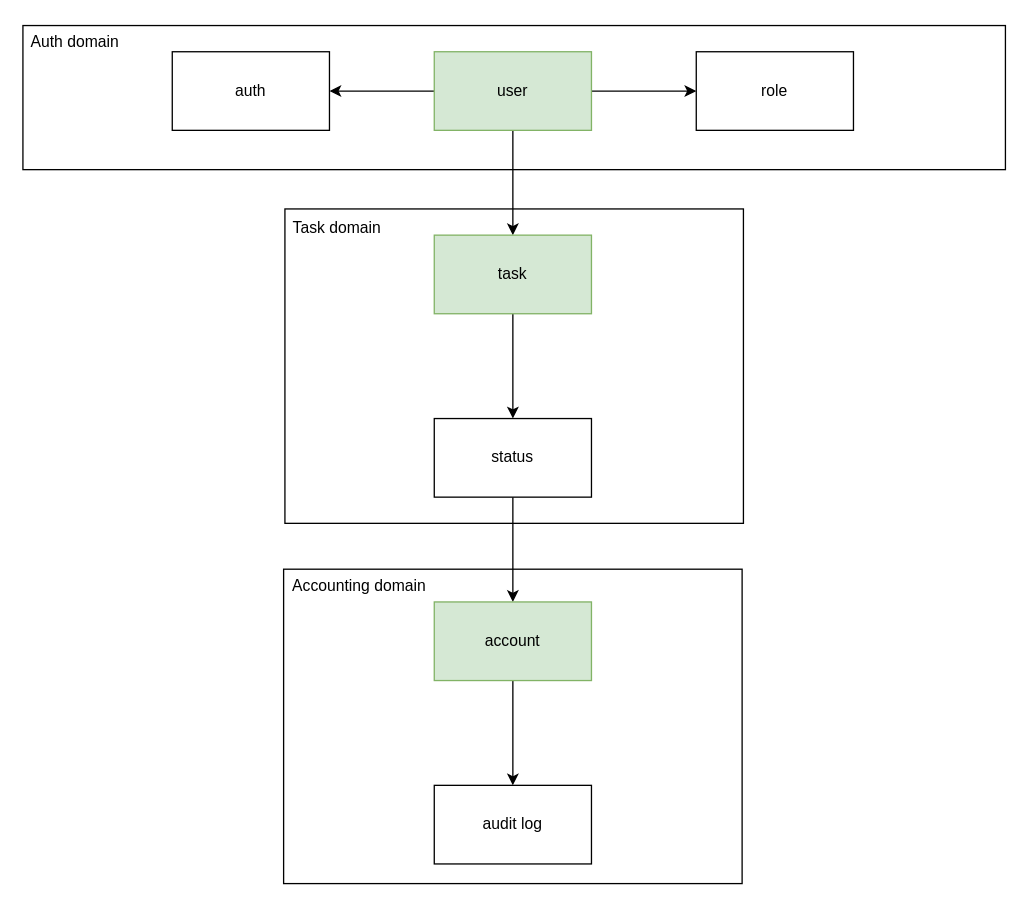
This is domain_model.drawio from fedorov-dmitry/aTES, a draw.io file, before an edit. Source tidied: cells renumbered, new cells numbered last; positions are measured from the earlier drawing's top-left corner, leaving out a move shared by most shapes. Both pictures are drawn from the tidied source at 131%, with x=0, y=0 at pixel (22, 22).
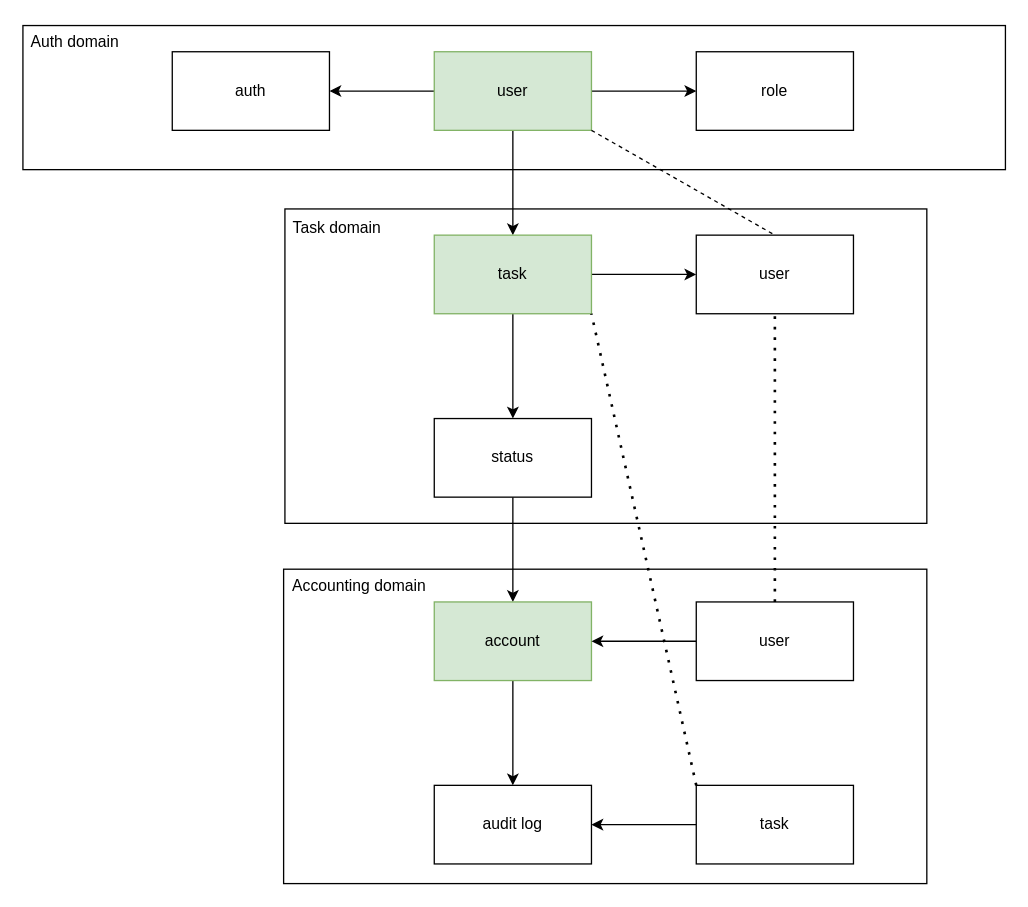
Above is the later version.

Unchanged cells that the change refers to:
```xml
<mxCell id="8" value="user" style="rounded=0;whiteSpace=wrap;html=1;fillColor=#d5e8d4;strokeColor=#82b366;" parent="1" vertex="1">
  <mxGeometry x="314" y="22" width="120" height="60" as="geometry" />
</mxCell>
<mxCell id="12" value="task" style="rounded=0;whiteSpace=wrap;html=1;fillColor=#d5e8d4;strokeColor=#82b366;" parent="1" vertex="1">
  <mxGeometry x="314" y="162" width="120" height="60" as="geometry" />
</mxCell>
<mxCell id="16" value="account" style="rounded=0;whiteSpace=wrap;html=1;fillColor=#d5e8d4;strokeColor=#82b366;" parent="1" vertex="1">
  <mxGeometry x="314" y="442" width="120" height="60" as="geometry" />
</mxCell>
<mxCell id="17" value="audit log" style="rounded=0;whiteSpace=wrap;html=1;" parent="1" vertex="1">
  <mxGeometry x="314" y="582" width="120" height="60" as="geometry" />
</mxCell>
```

The edit, as a diff of the source:
```diff
@@
     <mxCell id="2" style="rounded=0;whiteSpace=wrap;html=1;" parent="1" vertex="1">
-      <mxGeometry x="199" y="417" width="350" height="240" as="geometry" />
+      <mxGeometry x="199" y="417" width="491" height="240" as="geometry" />
     </mxCell>
     <mxCell id="3" style="rounded=0;whiteSpace=wrap;html=1;" parent="1" vertex="1">
-      <mxGeometry x="200" y="142" width="350" height="240" as="geometry" />
+      <mxGeometry x="200" y="142" width="490" height="240" as="geometry" />
     </mxCell>
@@
+    <mxCell id="21" style="edgeStyle=orthogonalEdgeStyle;rounded=0;jettySize=auto;html=1;" parent="1" edge="1" source="12" target="22">
+      <mxGeometry relative="1" as="geometry" />
+    </mxCell>
@@
+    <mxCell id="22" value="user" style="rounded=0;whiteSpace=wrap;html=1;" parent="1" vertex="1">
+      <mxGeometry x="514" y="162" width="120" height="60" as="geometry" />
+    </mxCell>
+    <mxCell id="23" style="endArrow=none;dashed=1;html=1;rounded=0;exitX=1;exitY=1;exitDx=0;exitDy=0;entryX=0.5;entryY=0;entryDx=0;entryDy=0;" parent="1" edge="1" source="8" target="22">
+      <mxGeometry relative="1" as="geometry" />
+    </mxCell>
+    <mxCell id="24" style="edgeStyle=orthogonalEdgeStyle;rounded=0;jettySize=auto;html=1;" parent="1" edge="1" source="25" target="16">
+      <mxGeometry relative="1" as="geometry" />
+    </mxCell>
+    <mxCell id="25" value="user" style="rounded=0;whiteSpace=wrap;html=1;" parent="1" vertex="1">
+      <mxGeometry x="514" y="442" width="120" height="60" as="geometry" />
+    </mxCell>
+    <mxCell id="26" style="endArrow=none;dashed=1;html=1;dashPattern=1 3;strokeWidth=2;rounded=0;entryX=0.5;entryY=1;entryDx=0;entryDy=0;exitX=0.5;exitY=0;exitDx=0;exitDy=0;" parent="1" edge="1" source="25" target="22">
+      <mxGeometry relative="1" as="geometry" />
+    </mxCell>
+    <mxCell id="27" style="edgeStyle=orthogonalEdgeStyle;rounded=0;jettySize=auto;html=1;" parent="1" edge="1" source="28" target="17">
+      <mxGeometry relative="1" as="geometry" />
+    </mxCell>
+    <mxCell id="28" value="task" style="rounded=0;whiteSpace=wrap;html=1;" parent="1" vertex="1">
+      <mxGeometry x="514" y="582" width="120" height="60" as="geometry" />
+    </mxCell>
+    <mxCell id="29" style="endArrow=none;dashed=1;html=1;dashPattern=1 3;strokeWidth=2;rounded=0;entryX=1;entryY=1;entryDx=0;entryDy=0;exitX=0;exitY=0;exitDx=0;exitDy=0;" parent="1" edge="1" source="28" target="12">
+      <mxGeometry relative="1" as="geometry" />
+    </mxCell>
```
